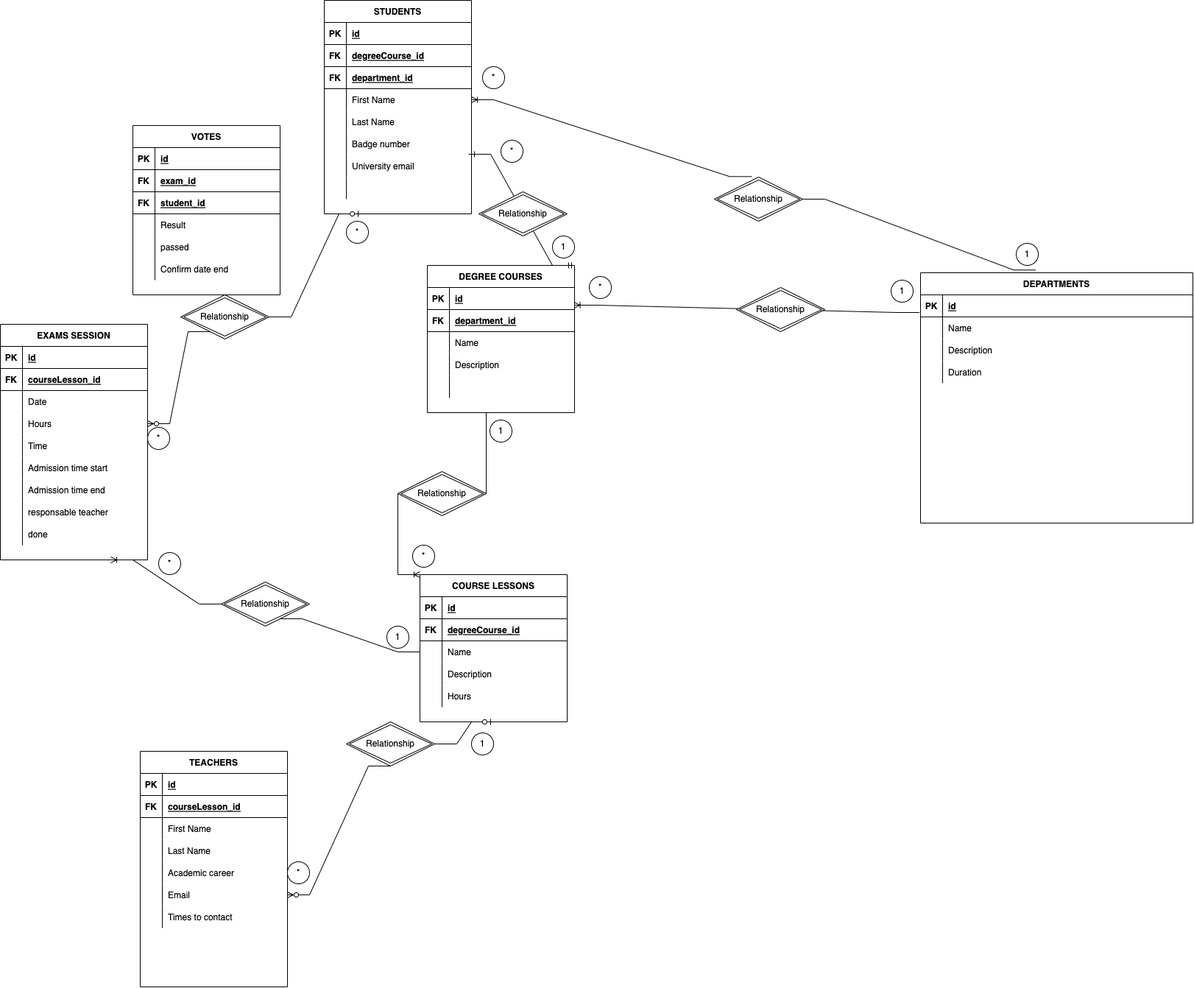
The draw.io diagram Untitled Diagram.drawio.png in Daniele-Simonetti/db-university, before a commit. Source tidied: cells renumbered, new cells last; positions are measured from the earlier drawing's top-left corner, leaving out a move shared by most shapes.
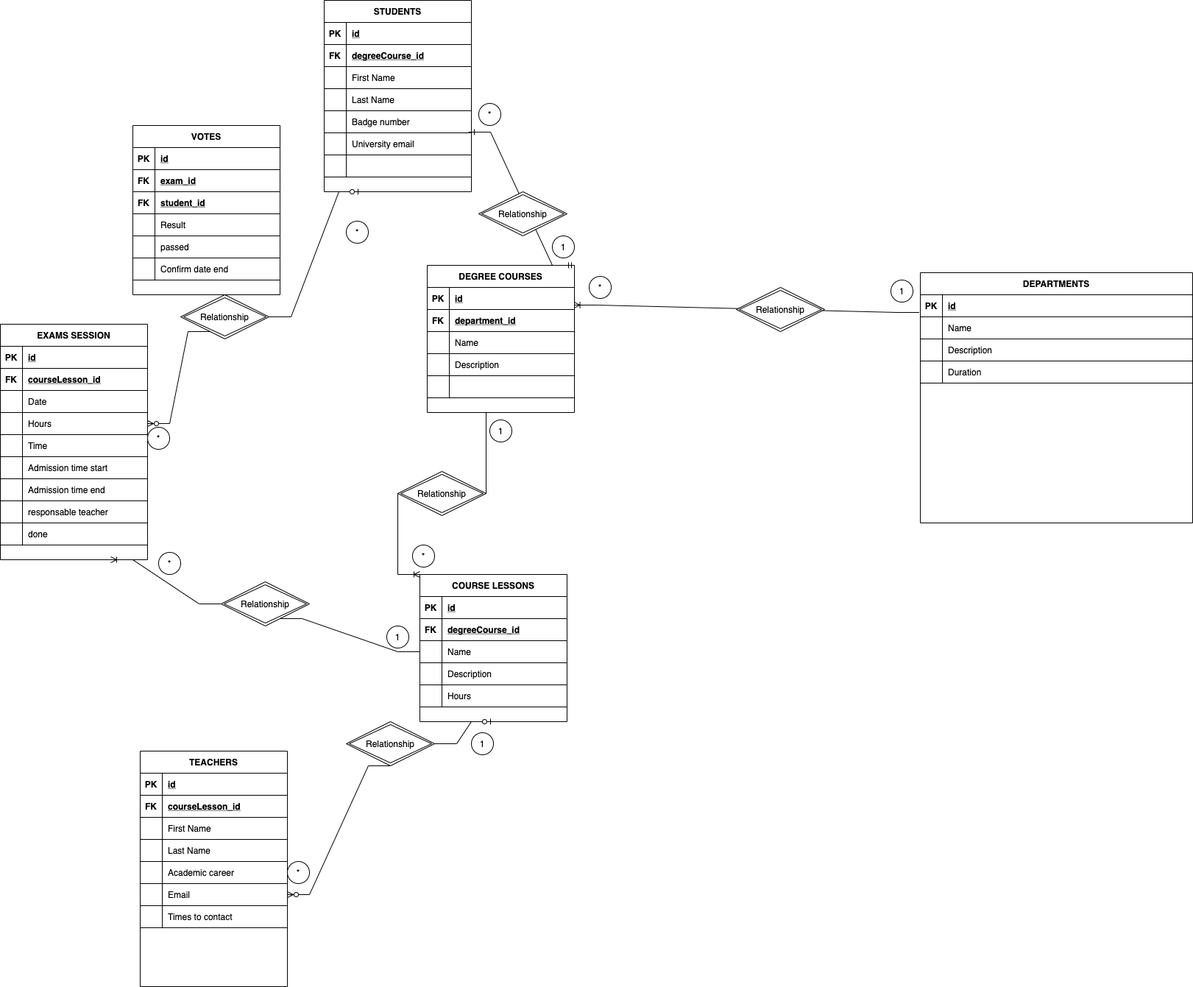
After the commit.

What changed in the source:
```diff
@@ -288,7 +288,7 @@
       <mxGeometry x="30" width="170" height="30" as="geometry" />
     </mxCell>
     <mxCell id="97" value="STUDENTS" style="shape=table;startSize=30;rowLines=0;fontStyle=1;align=center;" parent="1" vertex="1">
-      <mxGeometry x="440" width="200" height="290" as="geometry" />
+      <mxGeometry x="440" width="200" height="260" as="geometry" />
     </mxCell>
     <mxCell id="98" style="shape=tableRow;horizontal=0;startSize=0;swimlaneHead=0;swimlaneBody=0;fillColor=none;top=0;left=0;right=0;bottom=1;" parent="97" vertex="1">
       <mxGeometry y="30" width="200" height="30" as="geometry" />
@@ -308,17 +308,8 @@
     <mxCell id="103" value="degreeCourse_id" style="shape=partialRectangle;fillColor=none;top=0;left=0;bottom=0;right=0;align=left;spacingLeft=6;fontStyle=5;overflow=hidden;" parent="101" vertex="1">
       <mxGeometry x="30" width="170" height="30" as="geometry" />
     </mxCell>
-    <mxCell id="104" style="shape=tableRow;horizontal=0;startSize=0;swimlaneHead=0;swimlaneBody=0;fillColor=none;top=0;left=0;right=0;bottom=1;" parent="97" vertex="1">
-      <mxGeometry y="90" width="200" height="30" as="geometry" />
-    </mxCell>
-    <mxCell id="105" value="FK" style="shape=partialRectangle;fillColor=none;top=0;left=0;bottom=0;right=0;fontStyle=1;overflow=hidden;" parent="104" vertex="1">
-      <mxGeometry width="30" height="30" as="geometry" />
-    </mxCell>
-    <mxCell id="106" value="department_id" style="shape=partialRectangle;fillColor=none;top=0;left=0;bottom=0;right=0;align=left;spacingLeft=6;fontStyle=5;overflow=hidden;" parent="104" vertex="1">
-      <mxGeometry x="30" width="170" height="30" as="geometry" />
-    </mxCell>
     <mxCell id="107" style="shape=tableRow;horizontal=0;startSize=0;swimlaneHead=0;swimlaneBody=0;fillColor=none;points=[[0,0.5],[1,0.5]];portConstraint=eastwest;top=0;left=0;right=0;bottom=0;" parent="97" vertex="1">
-      <mxGeometry y="120" width="200" height="30" as="geometry" />
+      <mxGeometry y="90" width="200" height="30" as="geometry" />
     </mxCell>
     <mxCell id="108" style="shape=partialRectangle;fillColor=none;top=0;left=0;bottom=0;right=0;overflow=hidden;" parent="107" vertex="1">
       <mxGeometry width="30" height="30" as="geometry" />
@@ -327,7 +318,7 @@
       <mxGeometry x="30" width="170" height="30" as="geometry" />
     </mxCell>
     <mxCell id="110" style="shape=tableRow;horizontal=0;startSize=0;swimlaneHead=0;swimlaneBody=0;fillColor=none;top=0;left=0;right=0;bottom=0;" parent="97" vertex="1">
-      <mxGeometry y="150" width="200" height="30" as="geometry" />
+      <mxGeometry y="120" width="200" height="30" as="geometry" />
     </mxCell>
     <mxCell id="111" style="shape=partialRectangle;fillColor=none;top=0;left=0;bottom=0;right=0;overflow=hidden;" parent="110" vertex="1">
       <mxGeometry width="30" height="30" as="geometry" />
@@ -336,7 +327,7 @@
       <mxGeometry x="30" width="170" height="30" as="geometry" />
     </mxCell>
     <mxCell id="113" style="shape=tableRow;horizontal=0;startSize=0;swimlaneHead=0;swimlaneBody=0;fillColor=none;top=0;left=0;right=0;bottom=0;" parent="97" vertex="1">
-      <mxGeometry y="180" width="200" height="30" as="geometry" />
+      <mxGeometry y="150" width="200" height="30" as="geometry" />
     </mxCell>
     <mxCell id="114" style="shape=partialRectangle;fillColor=none;top=0;left=0;bottom=0;right=0;overflow=hidden;" parent="113" vertex="1">
       <mxGeometry width="30" height="30" as="geometry" />
@@ -345,7 +336,7 @@
       <mxGeometry x="30" width="170" height="30" as="geometry" />
     </mxCell>
     <mxCell id="116" style="shape=tableRow;horizontal=0;startSize=0;swimlaneHead=0;swimlaneBody=0;fillColor=none;points=[[0,0.5],[1,0.5]];portConstraint=eastwest;top=0;left=0;right=0;bottom=0;" parent="97" vertex="1">
-      <mxGeometry y="210" width="200" height="30" as="geometry" />
+      <mxGeometry y="180" width="200" height="30" as="geometry" />
     </mxCell>
     <mxCell id="117" style="shape=partialRectangle;fillColor=none;top=0;left=0;bottom=0;right=0;overflow=hidden;" parent="116" vertex="1">
       <mxGeometry width="30" height="30" as="geometry" />
@@ -354,7 +345,7 @@
       <mxGeometry x="30" width="170" height="30" as="geometry" />
     </mxCell>
     <mxCell id="119" style="shape=tableRow;horizontal=0;startSize=0;swimlaneHead=0;swimlaneBody=0;fillColor=none;top=0;left=0;right=0;bottom=0;" parent="97" vertex="1">
-      <mxGeometry y="240" width="200" height="30" as="geometry" />
+      <mxGeometry y="210" width="200" height="30" as="geometry" />
     </mxCell>
     <mxCell id="120" style="shape=partialRectangle;fillColor=none;top=0;left=0;bottom=0;right=0;overflow=hidden;" parent="119" vertex="1">
       <mxGeometry width="30" height="30" as="geometry" />
@@ -475,12 +466,6 @@
     <mxCell id="158" value="*" style="ellipse;whiteSpace=wrap;html=1;" parent="1" vertex="1">
       <mxGeometry x="470" y="300" width="30" height="30" as="geometry" />
     </mxCell>
-    <mxCell id="159" value="1" style="ellipse;whiteSpace=wrap;html=1;" parent="1" vertex="1">
-      <mxGeometry x="1380" y="330" width="30" height="30" as="geometry" />
-    </mxCell>
-    <mxCell id="160" value="*" style="ellipse;whiteSpace=wrap;html=1;" parent="1" vertex="1">
-      <mxGeometry x="655" y="90" width="30" height="30" as="geometry" />
-    </mxCell>
     <mxCell id="161" style="edgeStyle=entityRelationEdgeStyle;fontSize=12;html=1;endArrow=ERmandOne;startArrow=ERmandOne;rounded=0;exitX=1;exitY=0;exitDx=0;exitDy=0;entryX=0.98;entryY=-0.033;entryDx=0;entryDy=0;entryPerimeter=0;" parent="1" edge="1" source="15" target="116">
       <mxGeometry relative="1" as="geometry" />
     </mxCell>
@@ -491,7 +476,7 @@
       <mxGeometry x="750" y="320" width="30" height="30" as="geometry" />
     </mxCell>
     <mxCell id="164" value="*" style="ellipse;whiteSpace=wrap;html=1;" parent="1" vertex="1">
-      <mxGeometry x="680" y="190" width="30" height="30" as="geometry" />
+      <mxGeometry x="650" y="140" width="30" height="30" as="geometry" />
     </mxCell>
     <mxCell id="165" style="edgeStyle=entityRelationEdgeStyle;fontSize=12;html=1;endArrow=ERoneToMany;rounded=0;exitX=0;exitY=0.5;exitDx=0;exitDy=0;entryX=0.75;entryY=1;entryDx=0;entryDy=0;startArrow=none;" parent="1" edge="1" source="166" target="69">
       <mxGeometry relative="1" as="geometry" />
@@ -508,14 +493,5 @@
     <mxCell id="169" value="*" style="ellipse;whiteSpace=wrap;html=1;" parent="1" vertex="1">
       <mxGeometry x="215" y="750" width="30" height="30" as="geometry" />
     </mxCell>
-    <mxCell id="170" style="edgeStyle=entityRelationEdgeStyle;fontSize=12;html=1;endArrow=ERoneToMany;rounded=0;entryX=1;entryY=0.5;entryDx=0;entryDy=0;exitX=0.423;exitY=-0.011;exitDx=0;exitDy=0;exitPerimeter=0;startArrow=none;" parent="1" edge="1" source="171" target="107">
-      <mxGeometry relative="1" as="geometry" />
-    </mxCell>
-    <mxCell id="171" value="Relationship" style="shape=rhombus;double=1;perimeter=rhombusPerimeter;whiteSpace=wrap;html=1;align=center;" parent="1" vertex="1">
-      <mxGeometry x="970" y="240" width="120" height="60" as="geometry" />
-    </mxCell>
-    <mxCell id="172" style="edgeStyle=entityRelationEdgeStyle;fontSize=12;html=1;endArrow=none;rounded=0;entryX=1;entryY=0.5;entryDx=0;entryDy=0;exitX=0.423;exitY=-0.011;exitDx=0;exitDy=0;exitPerimeter=0;" parent="1" edge="1" source="2" target="171">
-      <mxGeometry relative="1" as="geometry" />
-    </mxCell>
   </root>
 </mxGraphModel>
```
